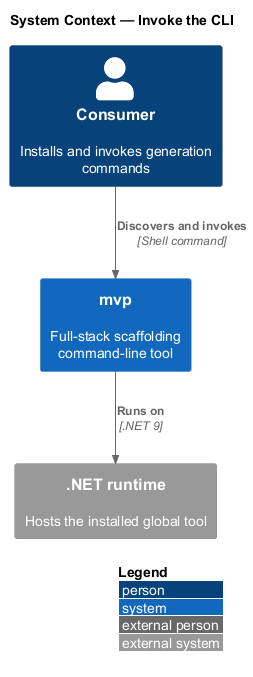
Earlier version of the PlantUML export docs/detailed-designs/command-line/invoke-the-cli/diagrams/c4-context.png (QuinntyneBrown/mvp). Source of this version:
```plantuml
@startuml
!include <C4/C4_Context>
LAYOUT_WITH_LEGEND()
title System Context — Invoke the CLI

Person(consumer, "Consumer", "Installs and invokes generation commands")
System(mvp, "mvp", "Full-stack scaffolding command-line tool")
System_Ext(dotnet, ".NET runtime", "Hosts the installed global tool")

Rel(consumer, mvp, "Discovers and invokes", "Shell command")
Rel(mvp, dotnet, "Runs on", ".NET 9")
@enduml
```
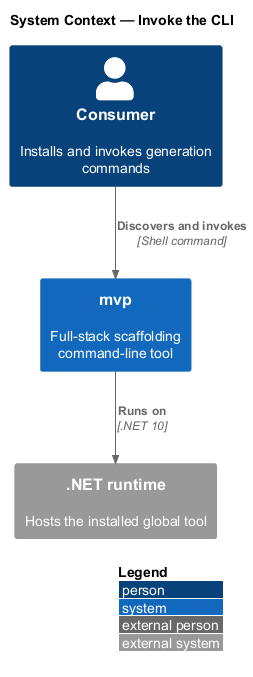
The same file after the commit.

Change to the diagram source:
```diff
@@ -8,5 +8,5 @@
 System_Ext(dotnet, ".NET runtime", "Hosts the installed global tool")
 
 Rel(consumer, mvp, "Discovers and invokes", "Shell command")
-Rel(mvp, dotnet, "Runs on", ".NET 9")
+Rel(mvp, dotnet, "Runs on", ".NET 10")
 @enduml
```
